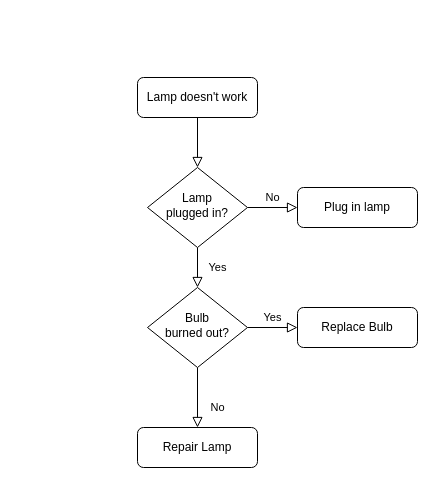
This is 名称未設定ファイル.drawio from molhot/weSERRRRRRRRVVVElovyu, a draw.io file, before an edit. Source tidied: cells renumbered, new cells numbered last; positions are measured from the earlier drawing's top-left corner, leaving out a move shared by most shapes. Both pictures are drawn from the tidied source at 100%, with x=0, y=0 at pixel (137, 77).
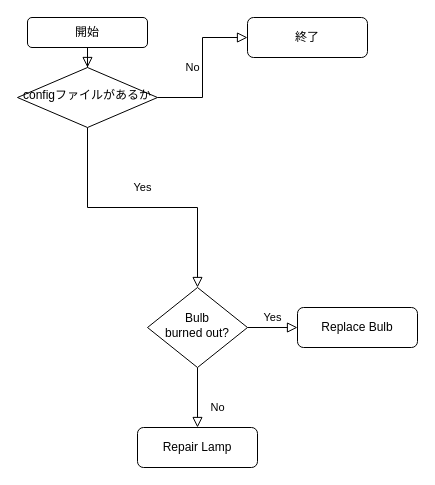
The same page after the edit.

Commit message:
web serve

What changed in the source:
```diff
@@
 <mxGraphModel>
   <root>
     <mxCell id="0" />
     <mxCell id="1" parent="0" />
     <mxCell id="2" style="rounded=0;html=1;jettySize=auto;fontSize=11;endArrow=block;endFill=0;endSize=8;strokeWidth=1;shadow=0;labelBackgroundColor=none;edgeStyle=orthogonalEdgeStyle;" parent="1" edge="1" source="3" target="6">
       <mxGeometry relative="1" as="geometry" />
     </mxCell>
-    <mxCell id="3" value="Lamp doesn't work" style="rounded=1;whiteSpace=wrap;html=1;fontSize=12;glass=0;strokeWidth=1;shadow=0;" parent="1" vertex="1">
-      <mxGeometry width="120" height="40" as="geometry" />
+    <mxCell id="3" value="開始" style="rounded=1;whiteSpace=wrap;html=1;fontSize=12;glass=0;strokeWidth=1;shadow=0;" parent="1" vertex="1">
+      <mxGeometry x="-110" y="-60" width="120" height="30" as="geometry" />
     </mxCell>
     <mxCell id="4" value="Yes" style="rounded=0;html=1;jettySize=auto;fontSize=11;endArrow=block;endFill=0;endSize=8;strokeWidth=1;shadow=0;labelBackgroundColor=none;edgeStyle=orthogonalEdgeStyle;" parent="1" edge="1" source="6" target="10">
       <mxGeometry y="20" relative="1" as="geometry" />
     </mxCell>
-    <mxCell id="5" value="No" style="edgeStyle=orthogonalEdgeStyle;rounded=0;html=1;jettySize=auto;fontSize=11;endArrow=block;endFill=0;endSize=8;strokeWidth=1;shadow=0;labelBackgroundColor=none;" parent="1" edge="1" source="6" target="7">
+    <mxCell id="5" value="No" style="edgeStyle=orthogonalEdgeStyle;rounded=0;html=1;jettySize=auto;fontSize=11;endArrow=block;endFill=0;endSize=8;strokeWidth=1;shadow=0;labelBackgroundColor=none;entryX=0;entryY=0.5;entryDx=0;entryDy=0;" parent="1" edge="1" source="6" target="7">
       <mxGeometry y="10" relative="1" as="geometry" />
     </mxCell>
-    <mxCell id="6" value="Lamp&lt;br&gt;plugged in?" style="rhombus;whiteSpace=wrap;html=1;shadow=0;fontFamily=Helvetica;fontSize=12;align=center;strokeWidth=1;spacing=6;spacingTop=-4;" parent="1" vertex="1">
-      <mxGeometry x="10" y="90" width="100" height="80" as="geometry" />
+    <mxCell id="6" value="configファイルがあるか" style="rhombus;whiteSpace=wrap;html=1;shadow=0;fontFamily=Helvetica;fontSize=12;align=center;strokeWidth=1;spacing=6;spacingTop=-4;" parent="1" vertex="1">
+      <mxGeometry x="-120" y="-10" width="140" height="60" as="geometry" />
     </mxCell>
-    <mxCell id="7" value="Plug in lamp" style="rounded=1;whiteSpace=wrap;html=1;fontSize=12;glass=0;strokeWidth=1;shadow=0;" parent="1" vertex="1">
-      <mxGeometry x="160" y="110" width="120" height="40" as="geometry" />
+    <mxCell id="7" value="終了" style="rounded=1;whiteSpace=wrap;html=1;fontSize=12;glass=0;strokeWidth=1;shadow=0;" parent="1" vertex="1">
+      <mxGeometry x="110" y="-60" width="120" height="40" as="geometry" />
     </mxCell>
     <mxCell id="8" value="No" style="rounded=0;html=1;jettySize=auto;fontSize=11;endArrow=block;endFill=0;endSize=8;strokeWidth=1;shadow=0;labelBackgroundColor=none;edgeStyle=orthogonalEdgeStyle;" parent="1" edge="1" source="10" target="11">
       <mxGeometry x="0.33" y="20" relative="1" as="geometry" />
     </mxCell>
     <mxCell id="9" value="Yes" style="edgeStyle=orthogonalEdgeStyle;rounded=0;html=1;jettySize=auto;fontSize=11;endArrow=block;endFill=0;endSize=8;strokeWidth=1;shadow=0;labelBackgroundColor=none;" parent="1" edge="1" source="10" target="12">
       <mxGeometry y="10" relative="1" as="geometry" />
     </mxCell>
     <mxCell id="10" value="Bulb&lt;br&gt;burned out?" style="rhombus;whiteSpace=wrap;html=1;shadow=0;fontFamily=Helvetica;fontSize=12;align=center;strokeWidth=1;spacing=6;spacingTop=-4;" parent="1" vertex="1">
       <mxGeometry x="10" y="210" width="100" height="80" as="geometry" />
     </mxCell>
     <mxCell id="11" value="Repair Lamp" style="rounded=1;whiteSpace=wrap;html=1;fontSize=12;glass=0;strokeWidth=1;shadow=0;" parent="1" vertex="1">
       <mxGeometry y="350" width="120" height="40" as="geometry" />
     </mxCell>
     <mxCell id="12" value="Replace Bulb" style="rounded=1;whiteSpace=wrap;html=1;fontSize=12;glass=0;strokeWidth=1;shadow=0;" parent="1" vertex="1">
       <mxGeometry x="160" y="230" width="120" height="40" as="geometry" />
     </mxCell>
   </root>
 </mxGraphModel>
```
